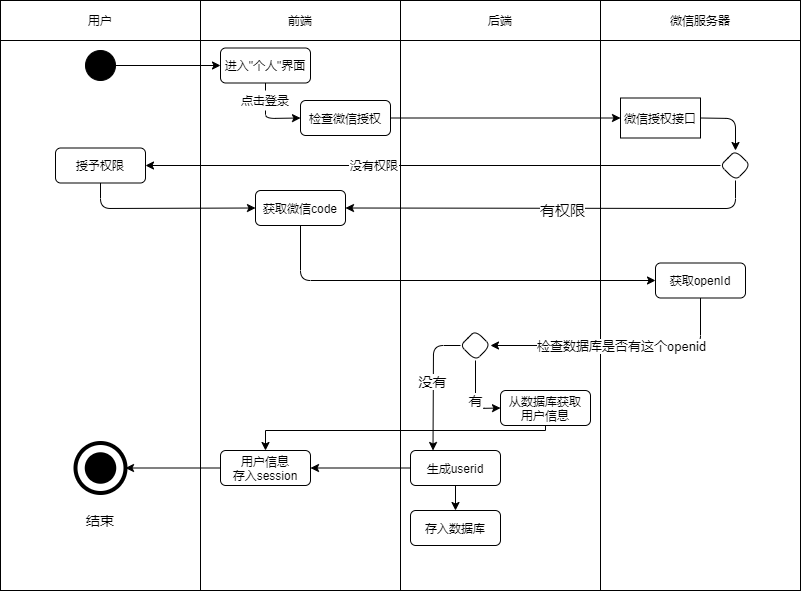
Above: user.sign-in-up.active.drawio.png in Jater0/Graduation (draw.io), before the change. Source tidied: cells renumbered, new cells last; positions are measured from the earlier drawing's top-left corner, leaving out a move shared by most shapes. The source it was exported from:
```xml
<mxGraphModel>
  <root>
    <mxCell id="0" />
    <mxCell id="1" parent="0" />
    <mxCell id="2" style="rounded=0;whiteSpace=wrap;html=1;" parent="1" vertex="1">
      <mxGeometry x="600" y="40" width="200" height="550" as="geometry" />
    </mxCell>
    <mxCell id="3" style="rounded=0;whiteSpace=wrap;html=1;" parent="1" vertex="1">
      <mxGeometry x="400" y="30" width="200" height="560" as="geometry" />
    </mxCell>
    <mxCell id="4" style="rounded=0;whiteSpace=wrap;html=1;" parent="1" vertex="1">
      <mxGeometry y="40" width="200" height="550" as="geometry" />
    </mxCell>
    <mxCell id="5" style="rounded=0;whiteSpace=wrap;html=1;" parent="1" vertex="1">
      <mxGeometry x="200" y="40" width="200" height="550" as="geometry" />
    </mxCell>
    <mxCell id="6" value="用户" style="rounded=0;whiteSpace=wrap;html=1;" parent="1" vertex="1">
      <mxGeometry width="200" height="40" as="geometry" />
    </mxCell>
    <mxCell id="7" value="前端" style="rounded=0;whiteSpace=wrap;html=1;" parent="1" vertex="1">
      <mxGeometry x="200" width="200" height="40" as="geometry" />
    </mxCell>
    <mxCell id="8" value="后端" style="rounded=0;whiteSpace=wrap;html=1;" parent="1" vertex="1">
      <mxGeometry x="400" width="200" height="40" as="geometry" />
    </mxCell>
    <mxCell id="9" value="微信服务器" style="rounded=0;whiteSpace=wrap;html=1;" parent="1" vertex="1">
      <mxGeometry x="600" width="200" height="40" as="geometry" />
    </mxCell>
    <mxCell id="10" style="edgeStyle=orthogonalEdgeStyle;rounded=0;jettySize=auto;html=1;entryX=0;entryY=0.5;entryDx=0;entryDy=0;" parent="1" edge="1" source="11" target="12">
      <mxGeometry relative="1" as="geometry" />
    </mxCell>
    <mxCell id="11" style="ellipse;whiteSpace=wrap;html=1;background=black;strokeColor=#030303;fillColor=#000000;" parent="1" vertex="1">
      <mxGeometry x="85" y="50" width="30" height="30" as="geometry" />
    </mxCell>
    <mxCell id="12" value="进入&quot;个人&quot;界面" style="rounded=1;whiteSpace=wrap;html=1;" parent="1" vertex="1">
      <mxGeometry x="220" y="47.5" width="90" height="35" as="geometry" />
    </mxCell>
    <mxCell id="13" value="检查微信授权" style="rounded=1;whiteSpace=wrap;html=1;" parent="1" vertex="1">
      <mxGeometry x="300" y="100" width="90" height="35" as="geometry" />
    </mxCell>
    <mxCell id="14" value="授予权限" style="rounded=1;whiteSpace=wrap;html=1;" parent="1" vertex="1">
      <mxGeometry x="55" y="147.5" width="90" height="35" as="geometry" />
    </mxCell>
    <mxCell id="15" value="微信授权接口" style="rounded=0;whiteSpace=wrap;html=1;" parent="1" vertex="1">
      <mxGeometry x="620" y="97.5" width="80" height="40" as="geometry" />
    </mxCell>
    <mxCell id="16" style="endArrow=classic;html=1;exitX=0.5;exitY=1;exitDx=0;exitDy=0;entryX=0;entryY=0.5;entryDx=0;entryDy=0;" parent="1" edge="1" source="18" target="13">
      <mxGeometry relative="1" as="geometry">
        <Array as="points">
          <mxPoint x="265" y="118" />
        </Array>
      </mxGeometry>
    </mxCell>
    <mxCell id="17" style="endArrow=classic;html=1;exitX=1;exitY=0.5;exitDx=0;exitDy=0;entryX=0;entryY=0.5;entryDx=0;entryDy=0;" parent="1" edge="1" source="13" target="15">
      <mxGeometry relative="1" as="geometry" />
    </mxCell>
    <mxCell id="18" value="点击登录" style="text;html=1;strokeColor=none;fillColor=none;align=center;verticalAlign=middle;whiteSpace=wrap;rounded=0;" parent="1" vertex="1">
      <mxGeometry x="240" y="90" width="50" height="20" as="geometry" />
    </mxCell>
    <mxCell id="19" style="endArrow=none;html=1;entryX=0.5;entryY=1;entryDx=0;entryDy=0;exitX=0.5;exitY=0;exitDx=0;exitDy=0;" parent="1" edge="1" source="18" target="12">
      <mxGeometry relative="1" as="geometry" />
    </mxCell>
    <mxCell id="20" style="rhombus;whiteSpace=wrap;html=1;rounded=1;" parent="1" vertex="1">
      <mxGeometry x="720" y="150" width="30" height="30" as="geometry" />
    </mxCell>
    <mxCell id="21" style="endArrow=classic;html=1;entryX=0.5;entryY=0;entryDx=0;entryDy=0;exitX=1;exitY=0.5;exitDx=0;exitDy=0;" parent="1" edge="1" source="15" target="20">
      <mxGeometry relative="1" as="geometry">
        <Array as="points">
          <mxPoint x="735" y="118" />
        </Array>
      </mxGeometry>
    </mxCell>
    <mxCell id="22" value="没有权限" style="text;html=1;strokeColor=none;fillColor=none;align=center;verticalAlign=middle;whiteSpace=wrap;rounded=0;" parent="1" vertex="1">
      <mxGeometry x="348.5" y="155" width="50" height="20" as="geometry" />
    </mxCell>
    <mxCell id="23" style="endArrow=none;html=1;entryX=0;entryY=0.5;entryDx=0;entryDy=0;exitX=1;exitY=0.5;exitDx=0;exitDy=0;" parent="1" edge="1" source="22" target="20">
      <mxGeometry relative="1" as="geometry" />
    </mxCell>
    <mxCell id="24" style="endArrow=classic;html=1;exitX=0;exitY=0.5;exitDx=0;exitDy=0;entryX=1;entryY=0.5;entryDx=0;entryDy=0;" parent="1" edge="1" source="22" target="14">
      <mxGeometry relative="1" as="geometry" />
    </mxCell>
    <mxCell id="25" value="获取微信code" style="rounded=1;whiteSpace=wrap;html=1;" parent="1" vertex="1">
      <mxGeometry x="255" y="190" width="90" height="35" as="geometry" />
    </mxCell>
    <mxCell id="26" value="获取openId" style="rounded=1;whiteSpace=wrap;html=1;" parent="1" vertex="1">
      <mxGeometry x="655" y="262.5" width="90" height="35" as="geometry" />
    </mxCell>
    <mxCell id="27" style="endArrow=classic;html=1;exitX=0.5;exitY=1;exitDx=0;exitDy=0;entryX=1;entryY=0.5;entryDx=0;entryDy=0;" parent="1" edge="1" source="20" target="25">
      <mxGeometry relative="1" as="geometry">
        <Array as="points">
          <mxPoint x="735" y="208" />
        </Array>
      </mxGeometry>
    </mxCell>
    <mxCell id="28" value="&lt;font style=&quot;font-size: 15px&quot;&gt;有权限&lt;/font&gt;" style="edgeLabel;html=1;align=center;verticalAlign=middle;" parent="27" vertex="1">
      <mxGeometry x="-0.04" y="2" relative="1" as="geometry" />
    </mxCell>
    <mxCell id="29" style="endArrow=classic;html=1;exitX=0.5;exitY=1;exitDx=0;exitDy=0;entryX=0;entryY=0.5;entryDx=0;entryDy=0;" parent="1" edge="1" source="25" target="26">
      <mxGeometry relative="1" as="geometry">
        <Array as="points">
          <mxPoint x="300" y="280" />
        </Array>
      </mxGeometry>
    </mxCell>
    <mxCell id="30" style="endArrow=classic;html=1;exitX=0.5;exitY=1;exitDx=0;exitDy=0;entryX=0;entryY=0.5;entryDx=0;entryDy=0;" parent="1" edge="1" source="14" target="25">
      <mxGeometry relative="1" as="geometry">
        <Array as="points">
          <mxPoint x="100" y="208" />
        </Array>
      </mxGeometry>
    </mxCell>
    <mxCell id="31" style="rhombus;whiteSpace=wrap;html=1;rounded=1;" parent="1" vertex="1">
      <mxGeometry x="460" y="330" width="30" height="30" as="geometry" />
    </mxCell>
    <mxCell id="32" style="endArrow=classic;html=1;exitX=0.5;exitY=1;exitDx=0;exitDy=0;entryX=1;entryY=0.5;entryDx=0;entryDy=0;" parent="1" edge="1" source="26" target="31">
      <mxGeometry relative="1" as="geometry">
        <Array as="points">
          <mxPoint x="700" y="345" />
        </Array>
      </mxGeometry>
    </mxCell>
    <mxCell id="33" value="&lt;font style=&quot;font-size: 13px&quot;&gt;检查数据库是否有这个openid&lt;/font&gt;" style="edgeLabel;html=1;align=center;verticalAlign=middle;spacingLeft=10;spacingBottom=0;spacingRight=10;spacing=20;" parent="32" vertex="1">
      <mxGeometry x="0.41" y="-1" relative="1" as="geometry">
        <mxPoint x="55.2" y="1" as="offset" />
      </mxGeometry>
    </mxCell>
    <mxCell id="34" value="用户信息&lt;br&gt;存入session" style="rounded=1;whiteSpace=wrap;html=1;" parent="1" vertex="1">
      <mxGeometry x="220" y="450" width="90" height="35" as="geometry" />
    </mxCell>
    <mxCell id="35" style="edgeStyle=orthogonalEdgeStyle;rounded=0;jettySize=auto;html=1;exitX=0.5;exitY=1;exitDx=0;exitDy=0;strokeWidth=1;fontSize=14;" parent="1" edge="1" source="36" target="34">
      <mxGeometry relative="1" as="geometry">
        <Array as="points">
          <mxPoint x="545" y="430" />
          <mxPoint x="265" y="430" />
        </Array>
      </mxGeometry>
    </mxCell>
    <mxCell id="36" value="从数据库获取&lt;br&gt;用户信息" style="rounded=1;whiteSpace=wrap;html=1;" parent="1" vertex="1">
      <mxGeometry x="500" y="390" width="90" height="35" as="geometry" />
    </mxCell>
    <mxCell id="37" value="有" style="endArrow=classic;html=1;exitX=0.5;exitY=1;exitDx=0;exitDy=0;entryX=0;entryY=0.5;entryDx=0;entryDy=0;strokeWidth=1;fontSize=14;" parent="1" edge="1" source="31" target="36">
      <mxGeometry x="0.1" relative="1" as="geometry">
        <Array as="points">
          <mxPoint x="475" y="408" />
        </Array>
      </mxGeometry>
    </mxCell>
    <mxCell id="38" style="edgeStyle=orthogonalEdgeStyle;rounded=0;jettySize=auto;html=1;exitX=0.5;exitY=1;exitDx=0;exitDy=0;entryX=0.5;entryY=0;entryDx=0;entryDy=0;strokeWidth=1;fontSize=14;" parent="1" edge="1" source="40" target="41">
      <mxGeometry relative="1" as="geometry" />
    </mxCell>
    <mxCell id="39" style="edgeStyle=orthogonalEdgeStyle;rounded=0;jettySize=auto;html=1;exitX=0;exitY=0.5;exitDx=0;exitDy=0;entryX=1;entryY=0.5;entryDx=0;entryDy=0;strokeWidth=1;fontSize=14;" parent="1" edge="1" source="40" target="34">
      <mxGeometry relative="1" as="geometry" />
    </mxCell>
    <mxCell id="40" value="生成userid" style="rounded=1;whiteSpace=wrap;html=1;" parent="1" vertex="1">
      <mxGeometry x="410" y="450" width="90" height="35" as="geometry" />
    </mxCell>
    <mxCell id="41" value="存入数据库" style="rounded=1;whiteSpace=wrap;html=1;" parent="1" vertex="1">
      <mxGeometry x="410" y="510" width="90" height="35" as="geometry" />
    </mxCell>
    <mxCell id="42" style="endArrow=classic;html=1;strokeWidth=1;fontSize=14;entryX=0.25;entryY=0;entryDx=0;entryDy=0;exitX=0;exitY=0.5;exitDx=0;exitDy=0;" parent="1" edge="1" source="31" target="40">
      <mxGeometry relative="1" as="geometry">
        <Array as="points">
          <mxPoint x="433" y="345" />
        </Array>
      </mxGeometry>
    </mxCell>
    <mxCell id="43" value="没有" style="edgeLabel;html=1;align=center;verticalAlign=middle;fontSize=14;" parent="42" vertex="1">
      <mxGeometry x="-0.05" y="-1" relative="1" as="geometry" />
    </mxCell>
    <mxCell id="44" style="ellipse;whiteSpace=wrap;html=1;rounded=1;strokeColor=#000000;strokeWidth=4;fillColor=none;gradientColor=none;fontSize=14;" parent="1" vertex="1">
      <mxGeometry x="75" y="442.5" width="50" height="50" as="geometry" />
    </mxCell>
    <mxCell id="45" style="ellipse;whiteSpace=wrap;html=1;rounded=1;strokeWidth=4;fontSize=14;fillColor=#000000;" parent="1" vertex="1">
      <mxGeometry x="86.2" y="453.8" width="27.5" height="27.5" as="geometry" />
    </mxCell>
    <mxCell id="46" style="endArrow=classic;html=1;strokeWidth=1;fontSize=14;exitX=0;exitY=0.5;exitDx=0;exitDy=0;entryX=1;entryY=0.5;entryDx=0;entryDy=0;" parent="1" edge="1" source="34" target="44">
      <mxGeometry relative="1" as="geometry" />
    </mxCell>
    <mxCell id="47" value="结束" style="text;html=1;strokeColor=none;fillColor=none;align=center;verticalAlign=middle;whiteSpace=wrap;rounded=0;fontSize=14;" parent="1" vertex="1">
      <mxGeometry x="80" y="510" width="40" height="20" as="geometry" />
    </mxCell>
  </root>
</mxGraphModel>
```
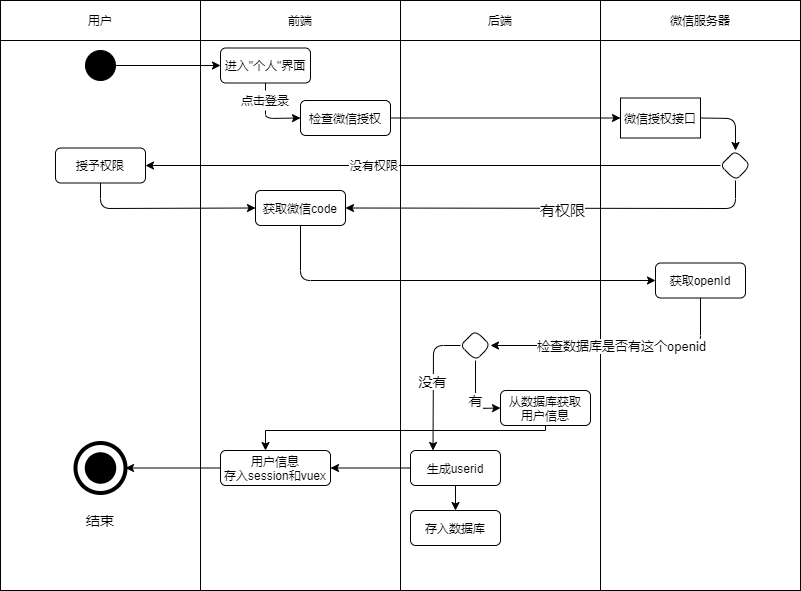
After the change.

What changed in the source:
```diff
@@ -124,8 +124,8 @@
         <mxPoint x="55.2" y="1" as="offset" />
       </mxGeometry>
     </mxCell>
-    <mxCell id="34" value="用户信息&lt;br&gt;存入session" style="rounded=1;whiteSpace=wrap;html=1;" parent="1" vertex="1">
-      <mxGeometry x="220" y="450" width="90" height="35" as="geometry" />
+    <mxCell id="34" value="用户信息&lt;br&gt;存入session和vuex" style="rounded=1;whiteSpace=wrap;html=1;" parent="1" vertex="1">
+      <mxGeometry x="220" y="450" width="110" height="35" as="geometry" />
     </mxCell>
     <mxCell id="35" style="edgeStyle=orthogonalEdgeStyle;rounded=0;jettySize=auto;html=1;exitX=0.5;exitY=1;exitDx=0;exitDy=0;strokeWidth=1;fontSize=14;" parent="1" edge="1" source="36" target="34">
       <mxGeometry relative="1" as="geometry">
```
